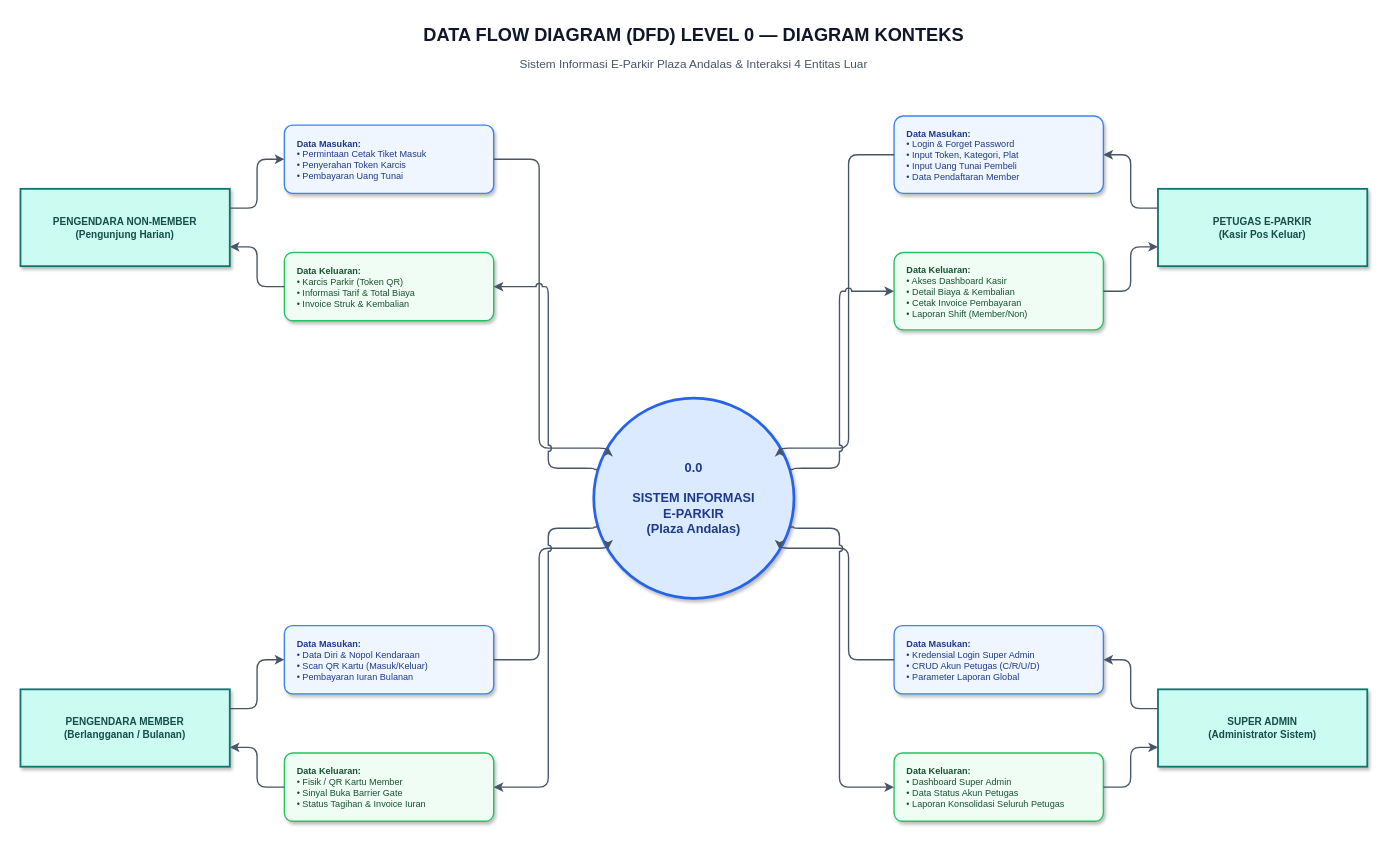
lionelsabdani36-ai/duckvaulta keeps this draw.io diagram as apps/e-parkir/2_dfd_level_0_konteks.drawio. Above is the earlier version. Source tidied: cells renumbered, new cells numbered last; positions are measured from the earlier drawing's top-left corner, leaving out a move shared by most shapes. Both pictures are drawn from the tidied source at 91%, with x=0, y=0 at pixel (20, 15).
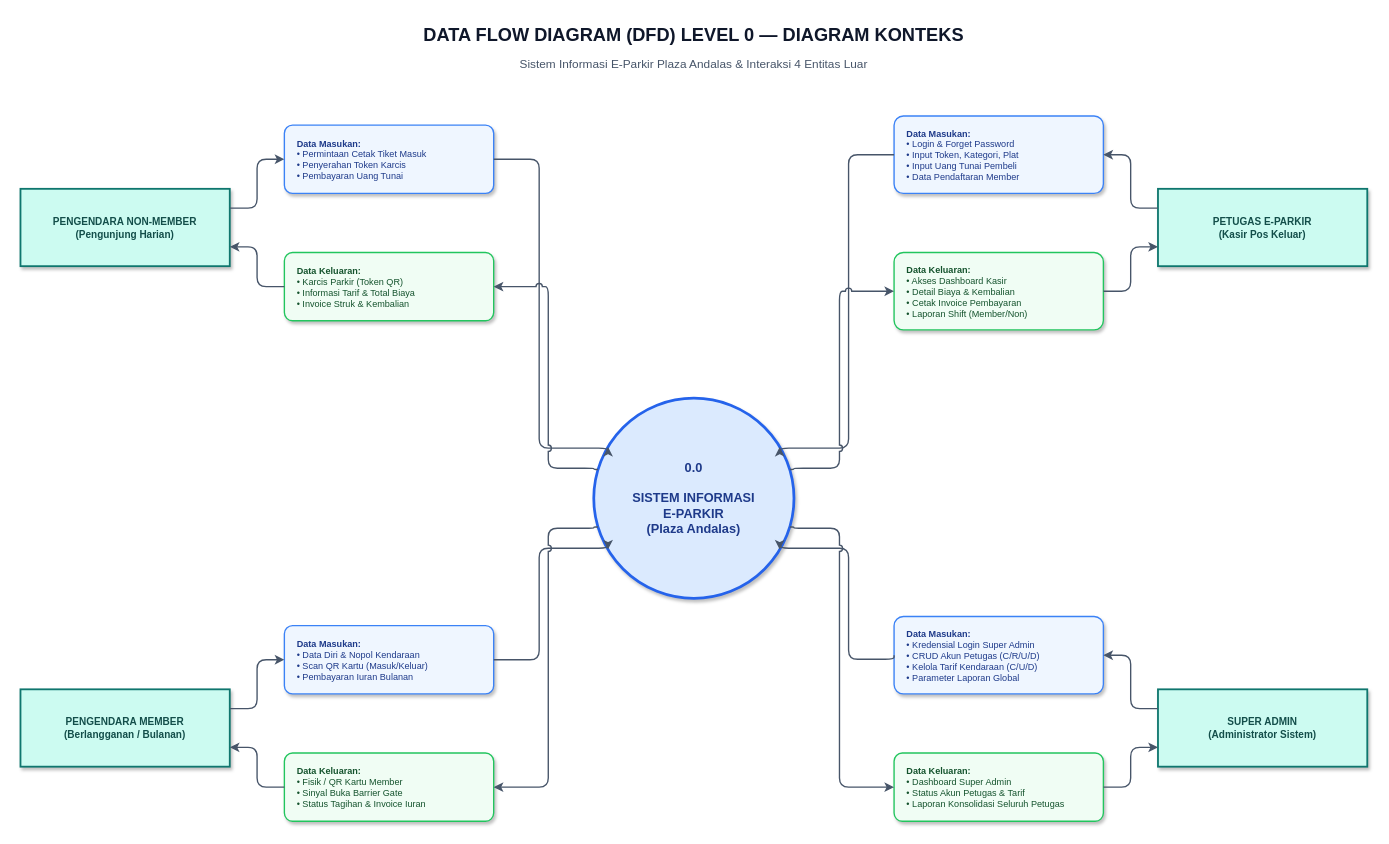
Above is the later version.

Commit message (it also covers changes not shown here):
fix(eparkir): eliminate DFD miracle anti-pattern, balance Level 0-1 and synchronize data store numbering

Change to the diagram source:
```diff
@@
-    <mxCell id="15" value="&lt;b&gt;Data Masukan:&lt;/b&gt;&lt;br/&gt;• Kredensial Login Super Admin&lt;br/&gt;• CRUD Akun Petugas (C/R/U/D)&lt;br/&gt;• Parameter Laporan Global" style="rounded=1;arcSize=12;whiteSpace=wrap;html=1;fillColor=#eff6ff;strokeColor=#3b82f6;fontColor=#1e3a8a;align=left;spacingLeft=12;spacingRight=12;fontSize=10;strokeWidth=1.5;shadow=1;" parent="1" vertex="1">
-      <mxGeometry x="960" y="670" width="230" height="75" as="geometry" />
+    <mxCell id="15" value="&lt;b&gt;Data Masukan:&lt;/b&gt;&lt;br/&gt;• Kredensial Login Super Admin&lt;br/&gt;• CRUD Akun Petugas (C/R/U/D)&lt;br/&gt;• Kelola Tarif Kendaraan (C/U/D)&lt;br/&gt;• Parameter Laporan Global" style="rounded=1;arcSize=12;whiteSpace=wrap;html=1;fillColor=#eff6ff;strokeColor=#3b82f6;fontColor=#1e3a8a;align=left;spacingLeft=12;spacingRight=12;fontSize=10;strokeWidth=1.5;shadow=1;" parent="1" vertex="1">
+      <mxGeometry x="960" y="660" width="230" height="85" as="geometry" />
     </mxCell>
-    <mxCell id="16" value="&lt;b&gt;Data Keluaran:&lt;/b&gt;&lt;br/&gt;• Dashboard Super Admin&lt;br/&gt;• Data Status Akun Petugas&lt;br/&gt;• Laporan Konsolidasi Seluruh Petugas" style="rounded=1;arcSize=12;whiteSpace=wrap;html=1;fillColor=#f0fdf4;strokeColor=#22c55e;fontColor=#14532d;align=left;spacingLeft=12;spacingRight=12;fontSize=10;strokeWidth=1.5;shadow=1;" parent="1" vertex="1">
+    <mxCell id="16" value="&lt;b&gt;Data Keluaran:&lt;/b&gt;&lt;br/&gt;• Dashboard Super Admin&lt;br/&gt;• Status Akun Petugas &amp;amp; Tarif&lt;br/&gt;• Laporan Konsolidasi Seluruh Petugas" style="rounded=1;arcSize=12;whiteSpace=wrap;html=1;fillColor=#f0fdf4;strokeColor=#22c55e;fontColor=#14532d;align=left;spacingLeft=12;spacingRight=12;fontSize=10;strokeWidth=1.5;shadow=1;" parent="1" vertex="1">
       <mxGeometry x="960" y="810" width="230" height="75" as="geometry" />
     </mxCell>
```
